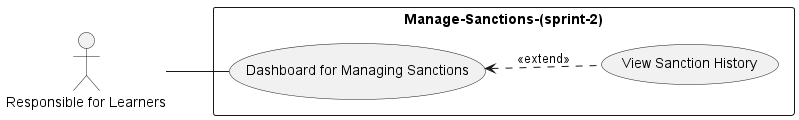
The PlantUML diagram out/Functional Branch/Use Case/Use-Case-Sprint2/Use-Case-Sprint2.png in Tribak-Ayoub/Project-fil-rouge, before a commit. Its diagram source:
```plantuml
@startuml
left to right direction
actor "Responsible for Learners" as Admin

rectangle Manage-Sanctions-(sprint-2) {
  usecase "View Sanction History" as UC4
  usecase "Dashboard for Managing Sanctions" as UC5
}

Admin -- UC5

UC5 <.. UC4 : <<extend>>

@enduml
```
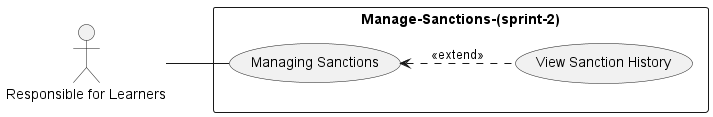
The same file after the commit.

Commit message:
import usecase as png

What changed in the source:
```diff
@@ -4,7 +4,7 @@
 
 rectangle Manage-Sanctions-(sprint-2) {
   usecase "View Sanction History" as UC4
-  usecase "Dashboard for Managing Sanctions" as UC5
+  usecase "Managing Sanctions" as UC5
 }
 
 Admin -- UC5
```
